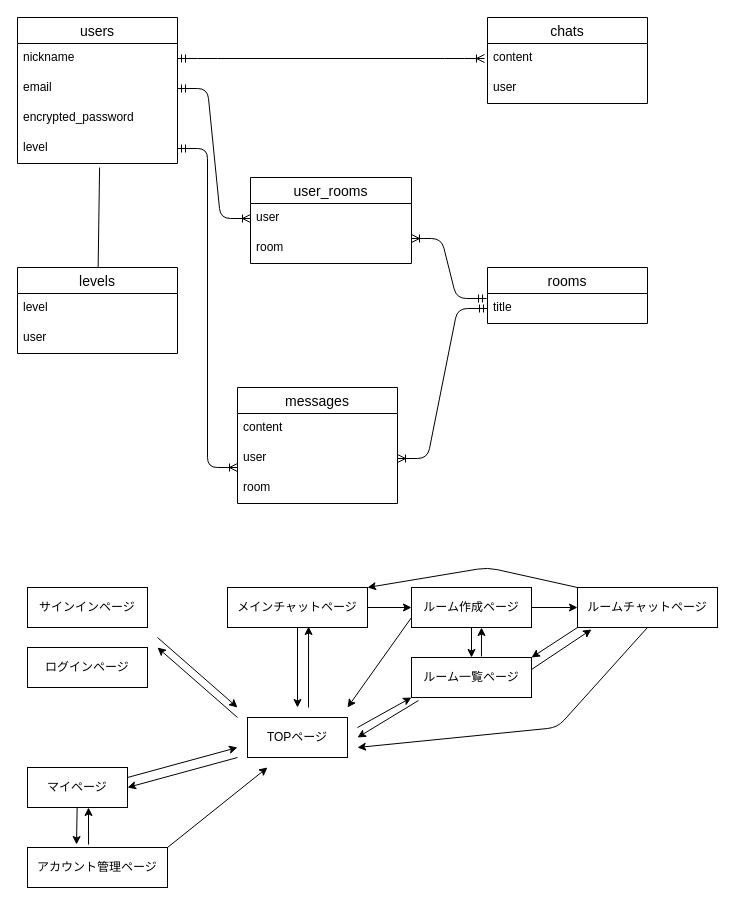
pii-programmer/amigo keeps this draw.io diagram as amigo.dio. Above is the earlier version. Source tidied: cells renumbered, new cells numbered last; positions are measured from the earlier drawing's top-left corner, leaving out a move shared by most shapes. Both pictures are drawn from the tidied source at 100%, with x=0, y=0 at pixel (17, 17).
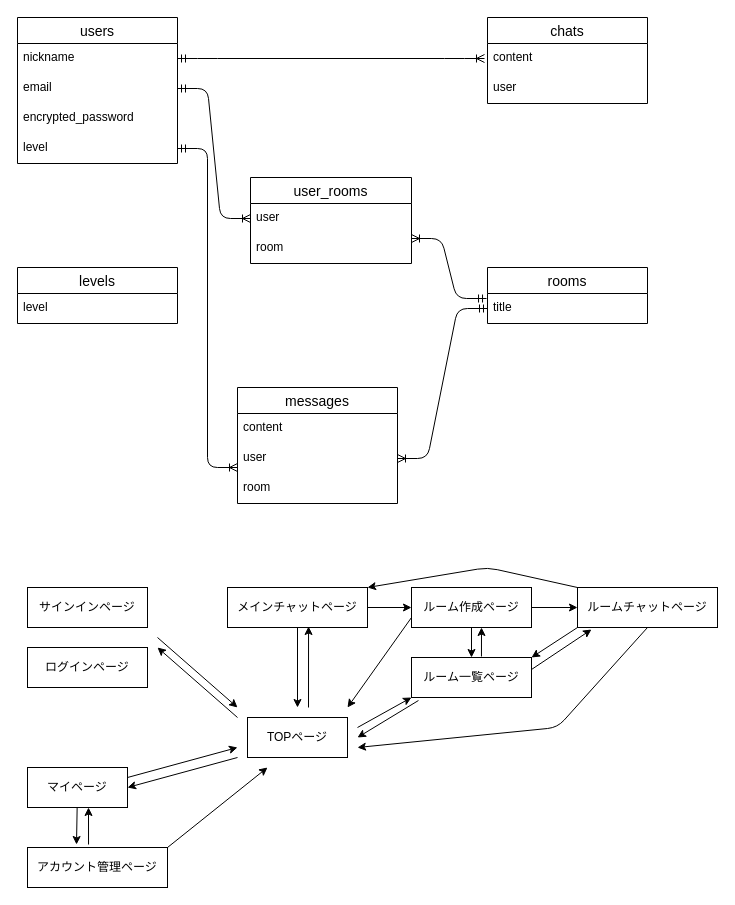
Above is the later version.

Commit message:
【DB編集】ER図も編集

Unchanged cells that the change refers to:
```xml
<mxCell id="6" value="level" style="text;strokeColor=none;fillColor=none;spacingLeft=4;spacingRight=4;overflow=hidden;points=[[0,0.5],[1,0.5]];portConstraint=eastwest;fontSize=12;" parent="2" vertex="1">
  <mxGeometry y="116" width="160" height="30" as="geometry" />
</mxCell>
```

The edit, as a diff of the source:
```diff
@@
     <mxCell id="53" value="levels" style="swimlane;fontStyle=0;horizontal=1;startSize=26;align=center;fontSize=14;" parent="1" vertex="1">
-      <mxGeometry y="250" width="160" height="86" as="geometry" />
+      <mxGeometry y="250" width="160" height="56" as="geometry" />
     </mxCell>
@@
-    <mxCell id="55" value="user" style="text;strokeColor=none;fillColor=none;spacingLeft=4;spacingRight=4;overflow=hidden;fontSize=12;" parent="53" vertex="1">
-      <mxGeometry y="56" width="160" height="30" as="geometry" />
-    </mxCell>
-    <mxCell id="56" style="endArrow=none;html=1;rounded=0;exitX=0.513;exitY=1.133;exitDx=0;exitDy=0;exitPerimeter=0;" parent="1" edge="1" source="6" target="53">
-      <mxGeometry relative="1" as="geometry" />
-    </mxCell>
```
